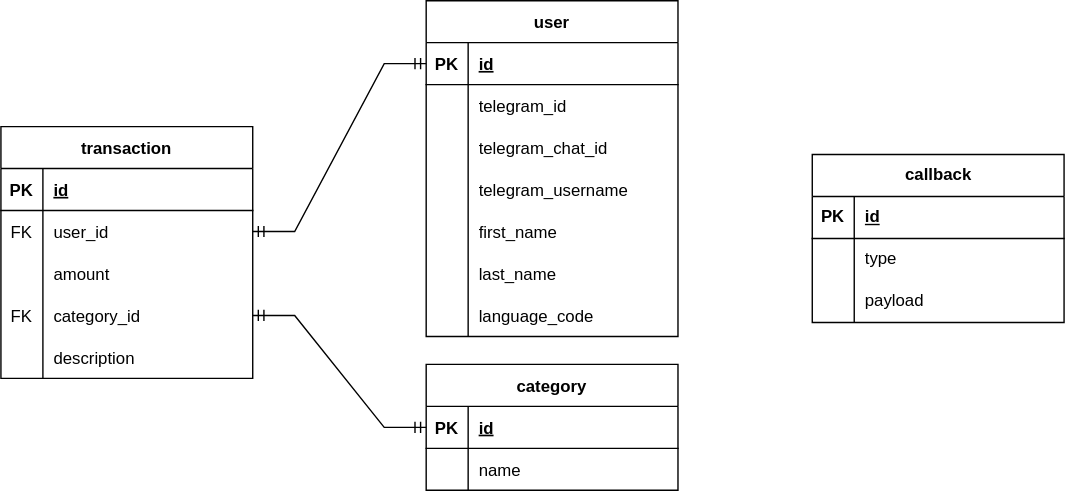
This is database-diagram.drawio.svg from msemitkin/financie, a draw.io export, as it was before one commit. Source tidied: cells renumbered, new cells last; positions are measured from the earlier drawing's top-left corner, leaving out a move shared by most shapes.
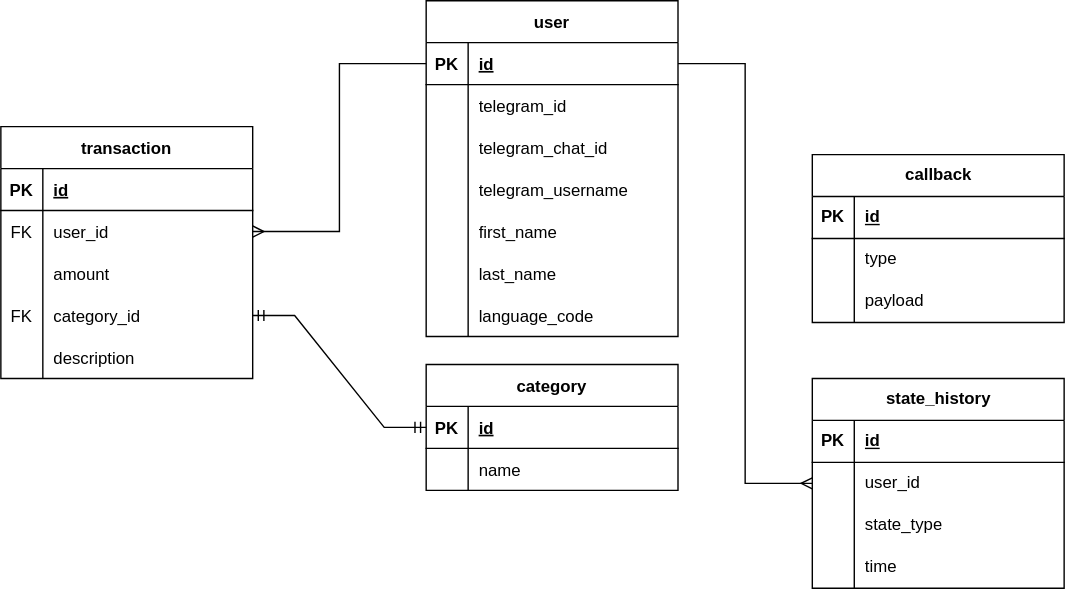
Later version of the same file.

Commit message:
update database diagram

Change to the diagram source:
```diff
@@ -137,9 +137,6 @@
     <mxCell id="46" value="language_code" style="shape=partialRectangle;fillColor=none;top=0;left=0;bottom=0;right=0;align=left;spacingLeft=6;overflow=hidden;" parent="44" vertex="1">
       <mxGeometry x="30" width="150" height="30" as="geometry" />
     </mxCell>
-    <mxCell id="47" style="edgeStyle=entityRelationEdgeStyle;fontSize=12;html=1;endArrow=ERmandOne;startArrow=ERmandOne;rounded=0;entryX=0;entryY=0.5;entryDx=0;entryDy=0;exitX=1;exitY=0.5;exitDx=0;exitDy=0;" parent="1" edge="1" source="6" target="26">
-      <mxGeometry relative="1" as="geometry" />
-    </mxCell>
     <mxCell id="48" style="edgeStyle=entityRelationEdgeStyle;fontSize=12;html=1;endArrow=ERmandOne;startArrow=ERmandOne;rounded=0;exitX=1;exitY=0.5;exitDx=0;exitDy=0;entryX=0;entryY=0.5;entryDx=0;entryDy=0;" parent="1" edge="1" source="12" target="19">
       <mxGeometry relative="1" as="geometry" />
     </mxCell>
@@ -173,5 +170,50 @@
     <mxCell id="58" value="payload" style="shape=partialRectangle;fillColor=none;top=0;left=0;bottom=0;right=0;align=left;spacingLeft=6;overflow=hidden;whiteSpace=wrap;html=1;" parent="56" vertex="1">
       <mxGeometry x="30" width="150" height="30" as="geometry" />
     </mxCell>
+    <mxCell id="59" value="state_history" style="shape=table;startSize=30;rowLines=0;fontStyle=1;align=center;html=1;" parent="1" vertex="1">
+      <mxGeometry x="580" y="270" width="180" height="150" as="geometry" />
+    </mxCell>
+    <mxCell id="60" style="shape=tableRow;horizontal=0;startSize=0;swimlaneHead=0;swimlaneBody=0;fillColor=none;top=0;left=0;right=0;bottom=1;" parent="59" vertex="1">
+      <mxGeometry y="30" width="180" height="30" as="geometry" />
+    </mxCell>
+    <mxCell id="61" value="PK" style="shape=partialRectangle;fillColor=none;top=0;left=0;bottom=0;right=0;fontStyle=1;overflow=hidden;whiteSpace=wrap;html=1;" parent="60" vertex="1">
+      <mxGeometry width="30" height="30" as="geometry" />
+    </mxCell>
+    <mxCell id="62" value="id" style="shape=partialRectangle;fillColor=none;top=0;left=0;bottom=0;right=0;align=left;spacingLeft=6;fontStyle=5;overflow=hidden;whiteSpace=wrap;html=1;" parent="60" vertex="1">
+      <mxGeometry x="30" width="150" height="30" as="geometry" />
+    </mxCell>
+    <mxCell id="63" style="shape=tableRow;horizontal=0;startSize=0;swimlaneHead=0;swimlaneBody=0;fillColor=none;points=[[0,0.5],[1,0.5]];portConstraint=eastwest;top=0;left=0;right=0;bottom=0;" parent="59" vertex="1">
+      <mxGeometry y="60" width="180" height="30" as="geometry" />
+    </mxCell>
+    <mxCell id="64" style="shape=partialRectangle;fillColor=none;top=0;left=0;bottom=0;right=0;overflow=hidden;whiteSpace=wrap;html=1;" parent="63" vertex="1">
+      <mxGeometry width="30" height="30" as="geometry" />
+    </mxCell>
+    <mxCell id="65" value="user_id" style="shape=partialRectangle;fillColor=none;top=0;left=0;bottom=0;right=0;align=left;spacingLeft=6;overflow=hidden;whiteSpace=wrap;html=1;" parent="63" vertex="1">
+      <mxGeometry x="30" width="150" height="30" as="geometry" />
+    </mxCell>
+    <mxCell id="66" style="shape=tableRow;horizontal=0;startSize=0;swimlaneHead=0;swimlaneBody=0;fillColor=none;top=0;left=0;right=0;bottom=0;" parent="59" vertex="1">
+      <mxGeometry y="90" width="180" height="30" as="geometry" />
+    </mxCell>
+    <mxCell id="67" style="shape=partialRectangle;fillColor=none;top=0;left=0;bottom=0;right=0;overflow=hidden;whiteSpace=wrap;html=1;" parent="66" vertex="1">
+      <mxGeometry width="30" height="30" as="geometry" />
+    </mxCell>
+    <mxCell id="68" value="state_type" style="shape=partialRectangle;fillColor=none;top=0;left=0;bottom=0;right=0;align=left;spacingLeft=6;overflow=hidden;whiteSpace=wrap;html=1;" parent="66" vertex="1">
+      <mxGeometry x="30" width="150" height="30" as="geometry" />
+    </mxCell>
+    <mxCell id="69" style="shape=tableRow;horizontal=0;startSize=0;swimlaneHead=0;swimlaneBody=0;fillColor=none;top=0;left=0;right=0;bottom=0;" parent="59" vertex="1">
+      <mxGeometry y="120" width="180" height="30" as="geometry" />
+    </mxCell>
+    <mxCell id="70" style="shape=partialRectangle;fillColor=none;top=0;left=0;bottom=0;right=0;overflow=hidden;whiteSpace=wrap;html=1;" parent="69" vertex="1">
+      <mxGeometry width="30" height="30" as="geometry" />
+    </mxCell>
+    <mxCell id="71" value="time" style="shape=partialRectangle;fillColor=none;top=0;left=0;bottom=0;right=0;align=left;spacingLeft=6;overflow=hidden;whiteSpace=wrap;html=1;" parent="69" vertex="1">
+      <mxGeometry x="30" width="150" height="30" as="geometry" />
+    </mxCell>
+    <mxCell id="72" style="edgeStyle=orthogonalEdgeStyle;rounded=0;jettySize=auto;html=1;exitX=1;exitY=0.5;exitDx=0;exitDy=0;entryX=0;entryY=0.5;entryDx=0;entryDy=0;endArrow=ERmany;endFill=0;" parent="1" edge="1" source="26" target="63">
+      <mxGeometry relative="1" as="geometry" />
+    </mxCell>
+    <mxCell id="73" style="edgeStyle=orthogonalEdgeStyle;rounded=0;jettySize=auto;html=1;exitX=0;exitY=0.5;exitDx=0;exitDy=0;entryX=1;entryY=0.5;entryDx=0;entryDy=0;endArrow=ERmany;endFill=0;" parent="1" edge="1" source="26" target="6">
+      <mxGeometry relative="1" as="geometry" />
+    </mxCell>
   </root>
 </mxGraphModel>
```
